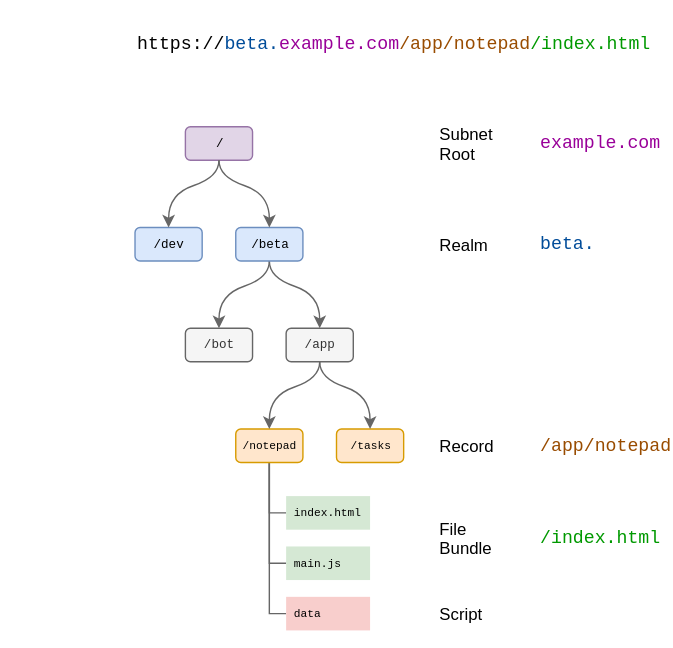
Above: docs/design/diagrams/dmg-tree.drawio.svg in dxos/dxos (draw.io), before the change. Source tidied: cells renumbered, new cells last; positions are measured from the earlier drawing's top-left corner, leaving out a move shared by most shapes.
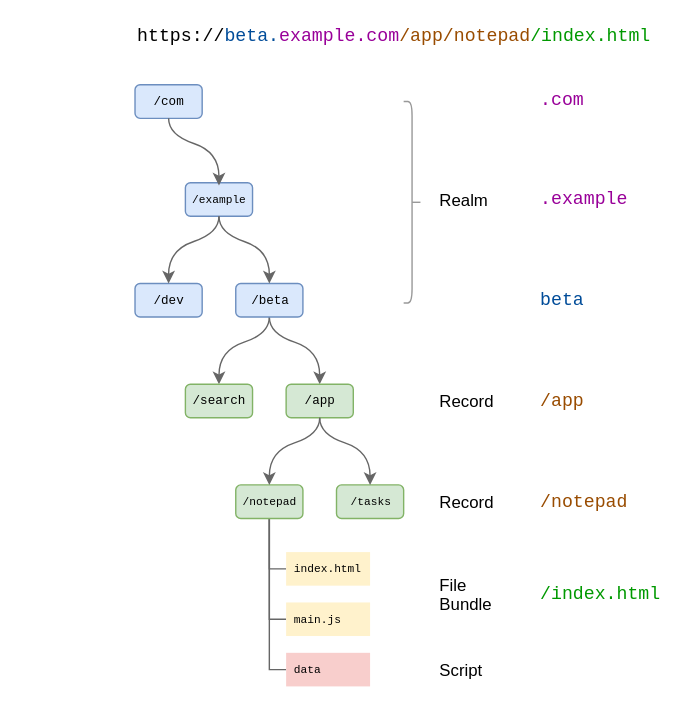
Above is the later version.

The edit, as a diff of the source:
```diff
@@ -2,7 +2,7 @@
   <root>
     <mxCell id="0" />
     <mxCell id="1" parent="0" />
-    <mxCell id="2" value="/" style="rounded=1;whiteSpace=wrap;html=1;fontFamily=Courier New;fillColor=#e1d5e7;strokeColor=#9673a6;fontSize=9;" parent="1" vertex="1">
+    <mxCell id="2" value="/example" style="rounded=1;whiteSpace=wrap;html=1;fontFamily=Courier New;fillColor=#dae8fc;strokeColor=#6c8ebf;fontSize=8;" parent="1" vertex="1">
       <mxGeometry x="132" y="90" width="48" height="24" as="geometry" />
     </mxCell>
     <mxCell id="3" value="/dev" style="rounded=1;whiteSpace=wrap;html=1;fontFamily=Courier New;fillColor=#dae8fc;strokeColor=#6c8ebf;fontSize=9;" parent="1" vertex="1">
@@ -27,10 +27,10 @@
     <mxCell id="6" value="/beta" style="rounded=1;whiteSpace=wrap;html=1;fontFamily=Courier New;fillColor=#dae8fc;strokeColor=#6c8ebf;fontSize=9;" parent="1" vertex="1">
       <mxGeometry x="168" y="162" width="48" height="24" as="geometry" />
     </mxCell>
-    <mxCell id="7" value="/bot" style="rounded=1;whiteSpace=wrap;html=1;fontFamily=Courier New;fillColor=#f5f5f5;strokeColor=#666666;fontColor=#333333;fontSize=9;" parent="1" vertex="1">
+    <mxCell id="7" value="/search" style="rounded=1;whiteSpace=wrap;html=1;fontFamily=Courier New;fillColor=#d5e8d4;strokeColor=#82b366;fontSize=9;" parent="1" vertex="1">
       <mxGeometry x="132" y="234" width="48" height="24" as="geometry" />
     </mxCell>
-    <mxCell id="8" value="/app" style="rounded=1;whiteSpace=wrap;html=1;fontFamily=Courier New;fillColor=#f5f5f5;strokeColor=#666666;fontColor=#333333;fontSize=9;" parent="1" vertex="1">
+    <mxCell id="8" value="/app" style="rounded=1;whiteSpace=wrap;html=1;fontFamily=Courier New;fillColor=#d5e8d4;strokeColor=#82b366;fontSize=9;" parent="1" vertex="1">
       <mxGeometry x="204" y="234" width="48" height="24" as="geometry" />
     </mxCell>
     <mxCell id="9" style="edgeStyle=orthogonalEdgeStyle;jettySize=auto;html=1;exitX=0.5;exitY=1;exitDx=0;exitDy=0;entryX=0;entryY=0.5;entryDx=0;entryDy=0;fontFamily=Courier New;fontSize=9;rounded=0;endArrow=none;endFill=0;fillColor=#f5f5f5;strokeColor=#666666;" parent="1" edge="1" source="12" target="15">
@@ -54,16 +54,16 @@
         </Array>
       </mxGeometry>
     </mxCell>
-    <mxCell id="12" value="/notepad" style="rounded=1;whiteSpace=wrap;html=1;fontFamily=Courier New;fillColor=#ffe6cc;strokeColor=#d79b00;fontSize=8;" parent="1" vertex="1">
+    <mxCell id="12" value="/notepad" style="rounded=1;whiteSpace=wrap;html=1;fontFamily=Courier New;fillColor=#d5e8d4;strokeColor=#82b366;fontSize=8;" parent="1" vertex="1">
       <mxGeometry x="168" y="306" width="48" height="24" as="geometry" />
     </mxCell>
-    <mxCell id="13" value="/tasks" style="rounded=1;whiteSpace=wrap;html=1;fontFamily=Courier New;fillColor=#ffe6cc;strokeColor=#d79b00;fontSize=8;" parent="1" vertex="1">
+    <mxCell id="13" value="/tasks" style="rounded=1;whiteSpace=wrap;html=1;fontFamily=Courier New;fillColor=#d5e8d4;strokeColor=#82b366;fontSize=8;" parent="1" vertex="1">
       <mxGeometry x="240" y="306" width="48" height="24" as="geometry" />
     </mxCell>
-    <mxCell id="14" value="index.html" style="rounded=0;whiteSpace=wrap;html=1;fontFamily=Courier New;fontSize=8;fillColor=#d5e8d4;strokeColor=none;align=left;spacingLeft=4;" parent="1" vertex="1">
+    <mxCell id="14" value="index.html" style="rounded=0;whiteSpace=wrap;html=1;fontFamily=Courier New;fontSize=8;fillColor=#fff2cc;strokeColor=none;align=left;spacingLeft=4;" parent="1" vertex="1">
       <mxGeometry x="204" y="354" width="60" height="24" as="geometry" />
     </mxCell>
-    <mxCell id="15" value="main.js" style="rounded=0;whiteSpace=wrap;html=1;fontFamily=Courier New;fontSize=8;fillColor=#d5e8d4;strokeColor=none;align=left;spacingLeft=4;" parent="1" vertex="1">
+    <mxCell id="15" value="main.js" style="rounded=0;whiteSpace=wrap;html=1;fontFamily=Courier New;fontSize=8;fillColor=#fff2cc;strokeColor=none;align=left;spacingLeft=4;" parent="1" vertex="1">
       <mxGeometry x="204" y="390" width="60" height="24" as="geometry" />
     </mxCell>
     <mxCell id="16" style="edgeStyle=none;curved=1;orthogonalLoop=1;jettySize=auto;html=1;exitX=0.5;exitY=1;exitDx=0;exitDy=0;entryX=0.5;entryY=0;entryDx=0;entryDy=0;fontFamily=Courier New;fontSize=9;fillColor=#f5f5f5;strokeColor=#666666;" parent="1" edge="1">
@@ -110,7 +110,7 @@
       </mxGeometry>
     </mxCell>
     <mxCell id="21" value="Realm" style="rounded=0;whiteSpace=wrap;html=1;fontFamily=Helvetica;fontSize=12;align=left;fillColor=#ffffff;strokeColor=none;" parent="1" vertex="1">
-      <mxGeometry x="312" y="150" width="72" height="48" as="geometry" />
+      <mxGeometry x="312" y="90.5" width="72" height="24" as="geometry" />
     </mxCell>
     <mxCell id="22" value="Record" style="rounded=0;whiteSpace=wrap;html=1;fontFamily=Helvetica;fontSize=12;align=left;fillColor=#ffffff;strokeColor=none;" parent="1" vertex="1">
       <mxGeometry x="312" y="282" width="72" height="72" as="geometry" />
@@ -121,26 +121,64 @@
     <mxCell id="24" value="Script" style="rounded=0;whiteSpace=wrap;html=1;fontFamily=Helvetica;fontSize=12;align=left;fillColor=#ffffff;strokeColor=none;" parent="1" vertex="1">
       <mxGeometry x="312" y="414" width="72" height="48" as="geometry" />
     </mxCell>
-    <mxCell id="25" value="Subnet&lt;br&gt;Root" style="rounded=0;whiteSpace=wrap;html=1;fontFamily=Helvetica;fontSize=12;align=left;fillColor=#ffffff;strokeColor=none;" parent="1" vertex="1">
-      <mxGeometry x="312" y="78" width="72" height="48" as="geometry" />
-    </mxCell>
-    <mxCell id="26" value="&lt;span style=&quot;color: rgb(153 , 0 , 153) ; font-size: 13px&quot;&gt;example.com&lt;/span&gt;" style="rounded=0;whiteSpace=wrap;html=1;fontFamily=Courier New;fontSize=12;align=left;fillColor=#ffffff;strokeColor=none;" parent="1" vertex="1">
+    <mxCell id="26" value="&lt;span style=&quot;color: rgb(153 , 0 , 153) ; font-size: 13px&quot;&gt;.example&lt;/span&gt;" style="rounded=0;whiteSpace=wrap;html=1;fontFamily=Courier New;fontSize=12;align=left;fillColor=#ffffff;strokeColor=none;" parent="1" vertex="1">
       <mxGeometry x="384" y="78" width="96" height="48" as="geometry" />
     </mxCell>
-    <mxCell id="27" value="&lt;span style=&quot;color: rgb(153 , 76 , 0) ; font-size: 13px&quot;&gt;/app&lt;/span&gt;&lt;font style=&quot;color: rgb(153 , 76 , 0) ; font-size: 13px&quot;&gt;/notepad&lt;/font&gt;" style="rounded=0;whiteSpace=wrap;html=1;fontFamily=Courier New;fontSize=12;align=left;fillColor=#ffffff;strokeColor=none;" parent="1" vertex="1">
+    <mxCell id="27" value="&lt;font style=&quot;color: rgb(153 , 76 , 0) ; font-size: 13px&quot;&gt;/notepad&lt;/font&gt;" style="rounded=0;whiteSpace=wrap;html=1;fontFamily=Courier New;fontSize=12;align=left;fillColor=#ffffff;strokeColor=none;" parent="1" vertex="1">
       <mxGeometry x="384" y="294" width="96" height="48" as="geometry" />
     </mxCell>
     <mxCell id="28" value="&lt;span style=&quot;color: rgb(0 , 153 , 0) ; font-size: 13px&quot;&gt;/index.html&lt;/span&gt;" style="rounded=0;whiteSpace=wrap;html=1;fontFamily=Courier New;fontSize=12;align=left;fillColor=#ffffff;strokeColor=none;" parent="1" vertex="1">
       <mxGeometry x="384" y="360" width="96" height="48" as="geometry" />
     </mxCell>
-    <mxCell id="29" value="&lt;span style=&quot;color: rgb(0 , 76 , 153) ; font-size: 13px&quot;&gt;beta.&lt;/span&gt;" style="rounded=0;whiteSpace=wrap;html=1;fontFamily=Courier New;fontSize=12;align=left;fillColor=#ffffff;strokeColor=none;" parent="1" vertex="1">
+    <mxCell id="29" value="&lt;span style=&quot;color: rgb(0 , 76 , 153) ; font-size: 13px&quot;&gt;beta&lt;/span&gt;" style="rounded=0;whiteSpace=wrap;html=1;fontFamily=Courier New;fontSize=12;align=left;fillColor=#ffffff;strokeColor=none;" parent="1" vertex="1">
       <mxGeometry x="384" y="150" width="96" height="48" as="geometry" />
     </mxCell>
     <mxCell id="30" style="rounded=0;whiteSpace=wrap;html=1;strokeColor=none;fillColor=#ffffff;" parent="1" vertex="1">
-      <mxGeometry width="96" height="60" as="geometry" />
+      <mxGeometry y="-40" width="96" height="48" as="geometry" />
     </mxCell>
     <mxCell id="31" value="https://&lt;font color=&quot;#004c99&quot; style=&quot;font-size: 13px&quot;&gt;beta.&lt;/font&gt;&lt;font color=&quot;#990099&quot; style=&quot;font-size: 13px&quot;&gt;example.com&lt;/font&gt;&lt;font color=&quot;#994c00&quot;&gt;/app&lt;font style=&quot;font-size: 13px&quot;&gt;/notepad&lt;/font&gt;&lt;/font&gt;&lt;font color=&quot;#009900&quot; style=&quot;font-size: 13px&quot;&gt;/index.html&lt;/font&gt;" style="rounded=0;whiteSpace=wrap;html=1;fontFamily=Courier New;fontSize=13;align=left;fillColor=#ffffff;strokeColor=none;spacingLeft=0;" parent="1" vertex="1">
-      <mxGeometry x="96" y="6" width="384" height="48" as="geometry" />
+      <mxGeometry x="96" y="-28" width="384" height="24" as="geometry" />
     </mxCell>
+    <mxCell id="32" value="Record" style="rounded=0;whiteSpace=wrap;html=1;fontFamily=Helvetica;fontSize=12;align=left;fillColor=#ffffff;strokeColor=none;" parent="1" vertex="1">
+      <mxGeometry x="312" y="210" width="72" height="72" as="geometry" />
+    </mxCell>
+    <mxCell id="33" value="&lt;span style=&quot;color: rgb(153 , 76 , 0) ; font-size: 13px&quot;&gt;/app&lt;/span&gt;" style="rounded=0;whiteSpace=wrap;html=1;fontFamily=Courier New;fontSize=12;align=left;fillColor=#ffffff;strokeColor=none;" parent="1" vertex="1">
+      <mxGeometry x="384" y="222" width="96" height="48" as="geometry" />
+    </mxCell>
+    <mxCell id="34" value="/com" style="rounded=1;whiteSpace=wrap;html=1;fontFamily=Courier New;fillColor=#dae8fc;strokeColor=#6c8ebf;fontSize=9;" parent="1" vertex="1">
+      <mxGeometry x="96" y="20" width="48" height="24" as="geometry" />
+    </mxCell>
+    <mxCell id="35" style="edgeStyle=none;curved=1;orthogonalLoop=1;jettySize=auto;html=1;exitX=0.5;exitY=1;exitDx=0;exitDy=0;entryX=0.5;entryY=0;entryDx=0;entryDy=0;fontFamily=Courier New;fontSize=9;fillColor=#f5f5f5;strokeColor=#666666;" parent="1" edge="1">
+      <mxGeometry relative="1" as="geometry">
+        <mxPoint x="120" y="44" as="sourcePoint" />
+        <mxPoint x="156" y="92" as="targetPoint" />
+        <Array as="points">
+          <mxPoint x="120" y="56" />
+          <mxPoint x="156" y="68" />
+        </Array>
+      </mxGeometry>
+    </mxCell>
+    <mxCell id="36" value="&lt;span style=&quot;color: rgb(153 , 0 , 153) ; font-size: 13px&quot;&gt;.com&lt;/span&gt;" style="rounded=0;whiteSpace=wrap;html=1;fontFamily=Courier New;fontSize=12;align=left;fillColor=#ffffff;strokeColor=none;" parent="1" vertex="1">
+      <mxGeometry x="384" y="7" width="96" height="48" as="geometry" />
+    </mxCell>
+    <mxCell id="37" style="group;" parent="1" vertex="1">
+      <mxGeometry x="294" y="32" width="6" height="144" as="geometry" />
+    </mxCell>
+    <mxCell id="38" style="endArrow=none;html=1;fontSize=8;strokeColor=#999999;" parent="37" edge="1">
+      <mxGeometry relative="1" as="geometry">
+        <mxPoint x="-6" y="144" as="sourcePoint" />
+        <mxPoint x="-6" as="targetPoint" />
+        <Array as="points">
+          <mxPoint y="144" />
+          <mxPoint />
+        </Array>
+      </mxGeometry>
+    </mxCell>
+    <mxCell id="39" style="endArrow=none;html=1;fontSize=8;fillColor=#f5f5f5;strokeColor=#999999;" parent="37" edge="1">
+      <mxGeometry relative="1" as="geometry">
+        <mxPoint y="72" as="sourcePoint" />
+        <mxPoint x="6" y="72" as="targetPoint" />
+      </mxGeometry>
+    </mxCell>
   </root>
 </mxGraphModel>
```
